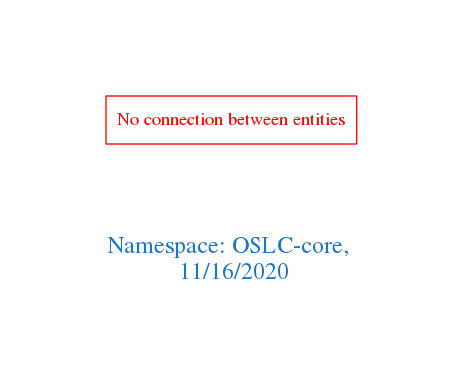
Earlier version of the Graphviz export downloads/OSLC-core.png (arago/OGIT). Its source is kept beside it as downloads/OSLC-core.dot. Source of this version:
```dot
digraph OGIT_ontology {
 graph [ rankdir= LR,pad=1
fontsize = 18,
fontcolor= dodgerblue3,label = "\n\n\nNamespace: OSLC-core, \n 11/16/2020"];
node[shape=polygon];
edge [  color="gray81"];

"No connection between entities" [fontcolor = "red",color="red", shape="polygon"]
}
```
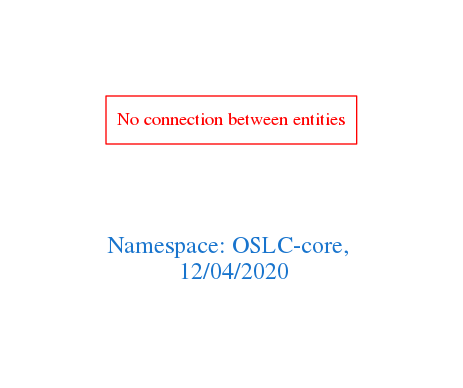
The same file after the commit.

The edit, as a diff of the source:
```diff
@@ -1,7 +1,7 @@
 digraph OGIT_ontology {
  graph [ rankdir= LR,pad=1
 fontsize = 18,
-fontcolor= dodgerblue3,label = "\n\n\nNamespace: OSLC-core, \n 11/16/2020"];
+fontcolor= dodgerblue3,label = "\n\n\nNamespace: OSLC-core, \n 12/04/2020"];
 node[shape=polygon];
 edge [  color="gray81"];
 
```
